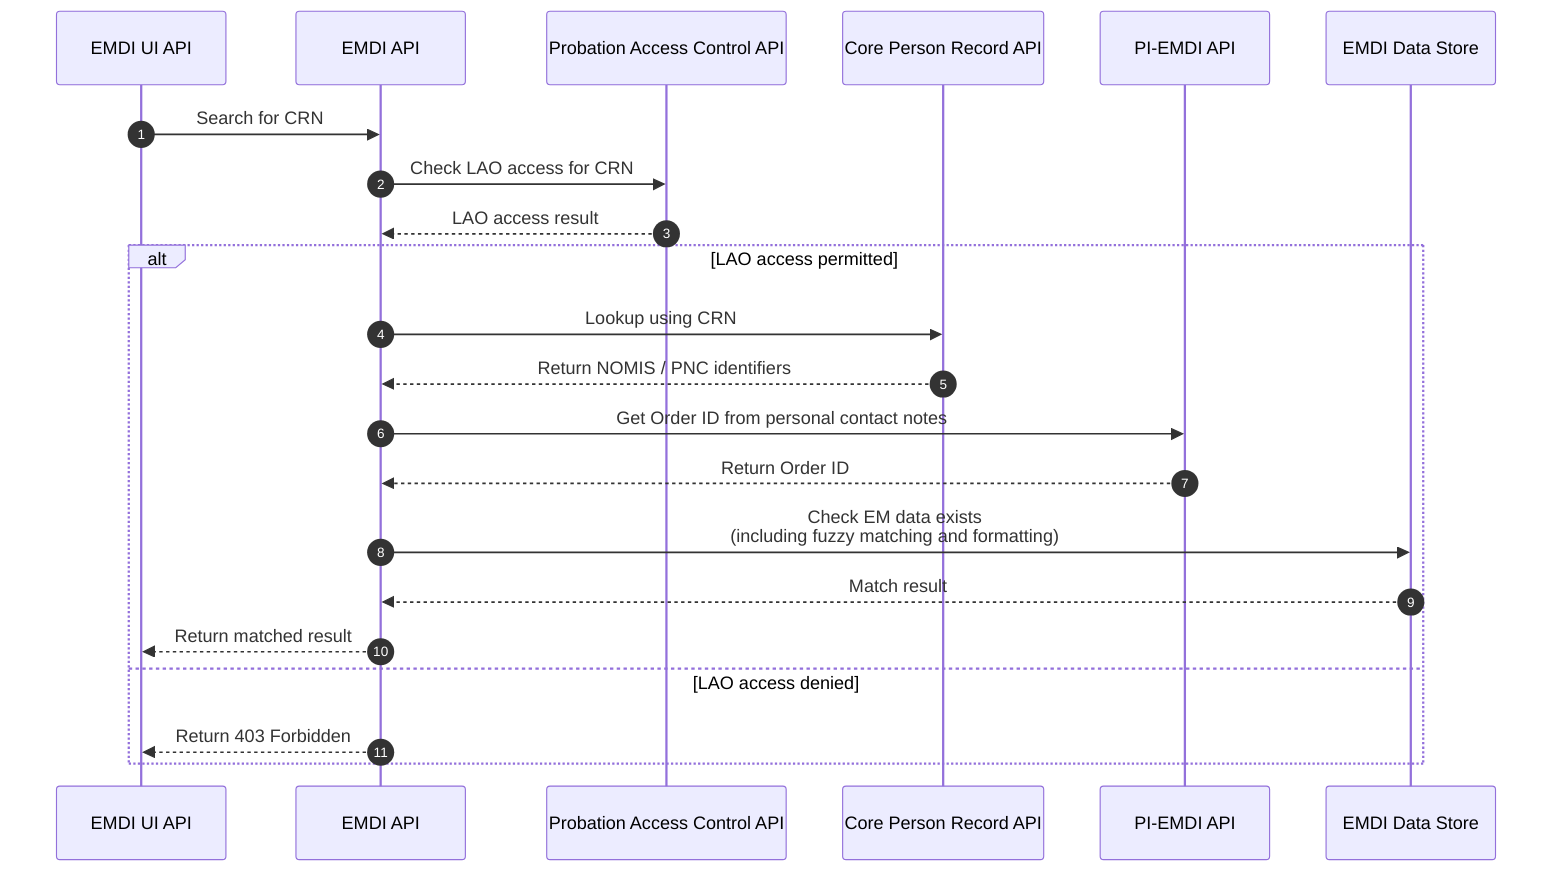
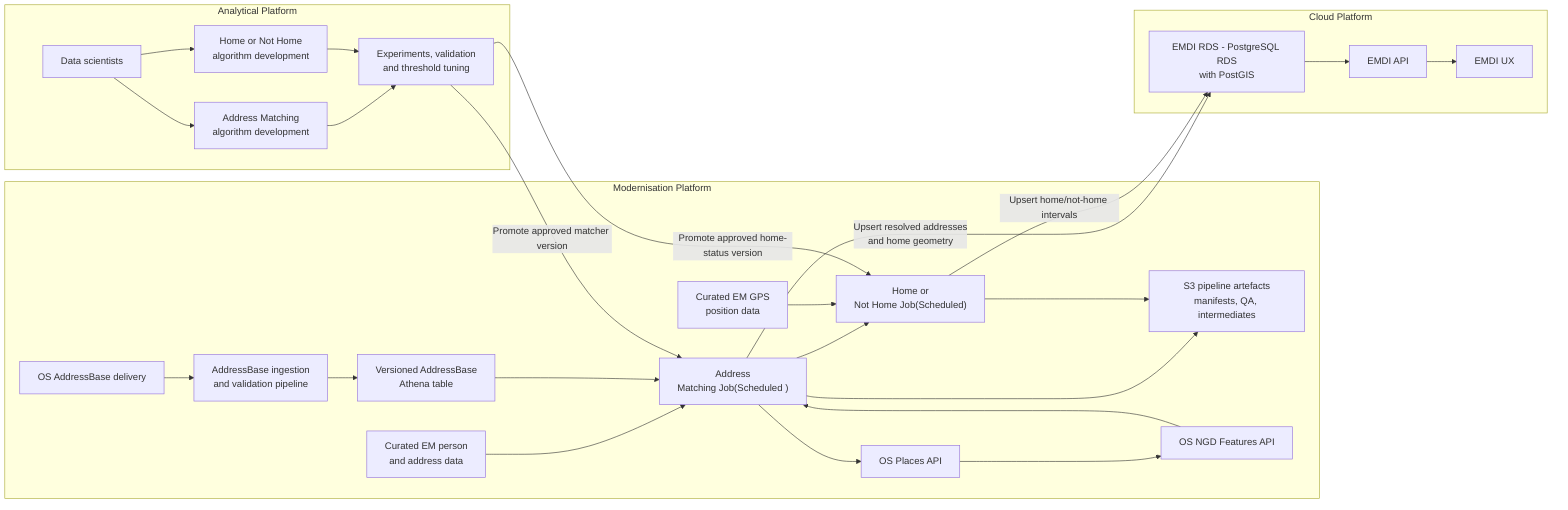
- sequenceDiagram
-     autonumber
+ flowchart LR
+     subgraph AP["Analytical Platform"]
+         DS["Data scientists"]
+         MATCHDEV["Address Matching<br/>algorithm development"]
+         HOMEDEV["Home or Not Home<br/>algorithm development"]
+         EXP["Experiments, validation<br/>and threshold tuning"]

-     participant EMDI_UI as EMDI UI API
-     participant EMDI as EMDI API
-     participant PAC as Probation Access Control API
-     participant CPR as Core Person Record API
-     participant PIEMDI as PI-EMDI API
-     participant EMDIDataStore as EMDI Data Store
+         DS --> MATCHDEV
+         DS --> HOMEDEV
+         MATCHDEV --> EXP
+         HOMEDEV --> EXP
+     end

-     EMDI_UI->>EMDI: Search for CRN
+     subgraph MP["Modernisation Platform"]
+         OSFILE["OS AddressBase delivery"]
+         ABINGEST["AddressBase ingestion<br/>and validation pipeline"]
+         AB["Versioned AddressBase<br/>Athena table"]

-     EMDI->>PAC: Check LAO access for CRN
-     PAC-->>EMDI: LAO access result
+         EMADDR["Curated EM person<br/>and address data"]
+         GPS["Curated EM GPS<br/>position data"]

-     alt LAO access permitted
-         EMDI->>CPR: Lookup using CRN
-         CPR-->>EMDI: Return NOMIS / PNC identifiers
+         MATCHJOB["Address<br/>Matching Job(Scheduled )"]
+         HOMEJOB["Home or<br/>Not Home Job(Scheduled)"]

-         EMDI->>PIEMDI: Get Order ID from personal contact notes
-         PIEMDI-->>EMDI: Return Order ID
+         S3["S3 pipeline artefacts<br/>manifests, QA, intermediates"]
+         PLACES["OS Places API"]
+         NGD["OS NGD Features API"]

-         EMDI->>EMDIDataStore: Check EM data exists<br/>(including fuzzy matching and formatting)
-         EMDIDataStore-->>EMDI: Match result
+         OSFILE --> ABINGEST
+         ABINGEST --> AB

-         EMDI-->>EMDI_UI: Return matched result
-     else LAO access denied
-         EMDI-->>EMDI_UI: Return 403 Forbidden
- end+         EMADDR --> MATCHJOB
+         AB --> MATCHJOB
+ 
+         MATCHJOB --> PLACES
+         PLACES --> NGD
+         NGD --> MATCHJOB
+ 
+         MATCHJOB --> HOMEJOB
+         GPS --> HOMEJOB
+ 
+         MATCHJOB --> S3
+         HOMEJOB --> S3
+     end
+ 
+     subgraph CP["Cloud Platform"]
+         DB["EMDI RDS - PostgreSQL RDS<br/>with PostGIS"]
+         API["EMDI API"]
+         UX["EMDI UX"]
+ 
+         DB --> API
+         API --> UX
+     end
+ 
+     EXP -->|"Promote approved matcher version"| MATCHJOB
+     EXP -->|"Promote approved home-status version"| HOMEJOB
+ 
+     MATCHJOB -->|"Upsert resolved addresses<br/>and home geometry"| DB
+     HOMEJOB -->|"Upsert home/not-home intervals"| DB
